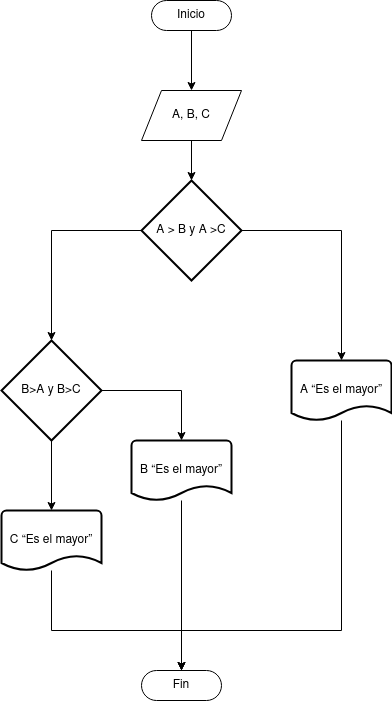
Before: unidad-1/images/diagrama-flujo2.png, a diagram exported from draw.io (IsmaelJos/programacion). Source tidied: cells renumbered, new cells last; positions are measured from the earlier drawing's top-left corner, leaving out a move shared by most shapes.
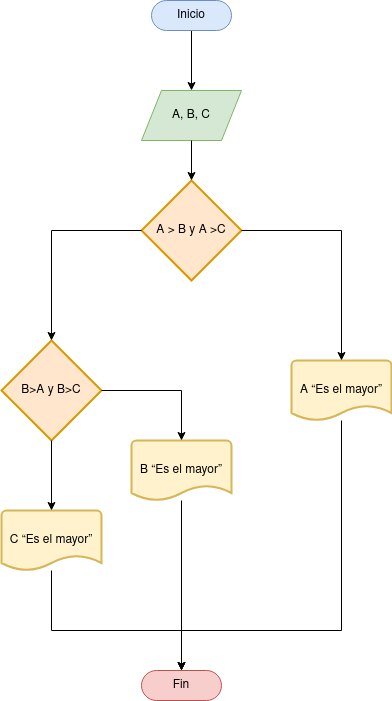
The same file after the commit.

What changed in the source:
```diff
@@ -5,16 +5,16 @@
     <mxCell id="2" style="edgeStyle=orthogonalEdgeStyle;rounded=0;jettySize=auto;html=1;exitX=0.5;exitY=0.5;exitDx=0;exitDy=15;exitPerimeter=0;entryX=0.5;entryY=0;entryDx=0;entryDy=0;" parent="1" edge="1" source="3" target="4">
       <mxGeometry relative="1" as="geometry" />
     </mxCell>
-    <mxCell id="3" value="Inicio" style="html=1;dashed=0;whiteSpace=wrap;shape=mxgraph.dfd.start;" parent="1" vertex="1">
+    <mxCell id="3" value="Inicio" style="html=1;dashed=0;whiteSpace=wrap;shape=mxgraph.dfd.start;fillColor=#dae8fc;strokeColor=#6c8ebf;" parent="1" vertex="1">
       <mxGeometry x="150" width="80" height="30" as="geometry" />
     </mxCell>
-    <mxCell id="4" value="A, B, C" style="shape=parallelogram;perimeter=parallelogramPerimeter;whiteSpace=wrap;html=1;dashed=0;" parent="1" vertex="1">
+    <mxCell id="4" value="A, B, C" style="shape=parallelogram;perimeter=parallelogramPerimeter;whiteSpace=wrap;html=1;dashed=0;fillColor=#d5e8d4;strokeColor=#82b366;" parent="1" vertex="1">
       <mxGeometry x="140" y="90" width="100" height="50" as="geometry" />
     </mxCell>
-    <mxCell id="5" value="A &amp;gt; B y A &amp;gt;C" style="strokeWidth=2;html=1;shape=mxgraph.flowchart.decision;whiteSpace=wrap;" parent="1" vertex="1">
+    <mxCell id="5" value="A &amp;gt; B y A &amp;gt;C" style="strokeWidth=2;html=1;shape=mxgraph.flowchart.decision;whiteSpace=wrap;fillColor=#ffe6cc;strokeColor=#d79b00;" parent="1" vertex="1">
       <mxGeometry x="140" y="180" width="100" height="100" as="geometry" />
     </mxCell>
-    <mxCell id="6" value="B&amp;gt;A y B&amp;gt;C" style="strokeWidth=2;html=1;shape=mxgraph.flowchart.decision;whiteSpace=wrap;" parent="1" vertex="1">
+    <mxCell id="6" value="B&amp;gt;A y B&amp;gt;C" style="strokeWidth=2;html=1;shape=mxgraph.flowchart.decision;whiteSpace=wrap;fillColor=#ffe6cc;strokeColor=#d79b00;" parent="1" vertex="1">
       <mxGeometry y="340" width="100" height="100" as="geometry" />
     </mxCell>
     <mxCell id="7" style="edgeStyle=orthogonalEdgeStyle;rounded=0;jettySize=auto;html=1;entryX=0.5;entryY=0.5;entryDx=0;entryDy=-15;entryPerimeter=0;" parent="1" edge="1" source="8" target="13">
@@ -25,13 +25,13 @@
         </Array>
       </mxGeometry>
     </mxCell>
-    <mxCell id="8" value="A “Es el mayor”" style="strokeWidth=2;html=1;shape=mxgraph.flowchart.document2;whiteSpace=wrap;size=0.25;" parent="1" vertex="1">
+    <mxCell id="8" value="A “Es el mayor”" style="strokeWidth=2;html=1;shape=mxgraph.flowchart.document2;whiteSpace=wrap;size=0.25;fillColor=#fff2cc;strokeColor=#d6b656;" parent="1" vertex="1">
       <mxGeometry x="290" y="360" width="100" height="60" as="geometry" />
     </mxCell>
     <mxCell id="9" style="edgeStyle=orthogonalEdgeStyle;rounded=0;jettySize=auto;html=1;entryX=0.5;entryY=0.5;entryDx=0;entryDy=-15;entryPerimeter=0;" parent="1" edge="1" source="10" target="13">
       <mxGeometry relative="1" as="geometry" />
     </mxCell>
-    <mxCell id="10" value="B “Es el mayor”" style="strokeWidth=2;html=1;shape=mxgraph.flowchart.document2;whiteSpace=wrap;size=0.25;" parent="1" vertex="1">
+    <mxCell id="10" value="B “Es el mayor”" style="strokeWidth=2;html=1;shape=mxgraph.flowchart.document2;whiteSpace=wrap;size=0.25;fillColor=#fff2cc;strokeColor=#d6b656;" parent="1" vertex="1">
       <mxGeometry x="130" y="440" width="100" height="60" as="geometry" />
     </mxCell>
     <mxCell id="11" style="edgeStyle=orthogonalEdgeStyle;rounded=0;jettySize=auto;html=1;entryX=0.5;entryY=0.5;entryDx=0;entryDy=-15;entryPerimeter=0;" parent="1" edge="1" source="12" target="13">
@@ -42,10 +42,10 @@
         </Array>
       </mxGeometry>
     </mxCell>
-    <mxCell id="12" value="C “Es el mayor”" style="strokeWidth=2;html=1;shape=mxgraph.flowchart.document2;whiteSpace=wrap;size=0.25;" parent="1" vertex="1">
+    <mxCell id="12" value="C “Es el mayor”" style="strokeWidth=2;html=1;shape=mxgraph.flowchart.document2;whiteSpace=wrap;size=0.25;fillColor=#fff2cc;strokeColor=#d6b656;" parent="1" vertex="1">
       <mxGeometry y="510" width="100" height="60" as="geometry" />
     </mxCell>
-    <mxCell id="13" value="Fin" style="html=1;dashed=0;whiteSpace=wrap;shape=mxgraph.dfd.start;" parent="1" vertex="1">
+    <mxCell id="13" value="Fin" style="html=1;dashed=0;whiteSpace=wrap;shape=mxgraph.dfd.start;fillColor=#f8cecc;strokeColor=#b85450;" parent="1" vertex="1">
       <mxGeometry x="140" y="670" width="80" height="30" as="geometry" />
     </mxCell>
     <mxCell id="14" style="edgeStyle=orthogonalEdgeStyle;rounded=0;jettySize=auto;html=1;exitX=0.5;exitY=1;exitDx=0;exitDy=0;entryX=0.5;entryY=0;entryDx=0;entryDy=0;entryPerimeter=0;" parent="1" edge="1" source="4" target="5">
```
